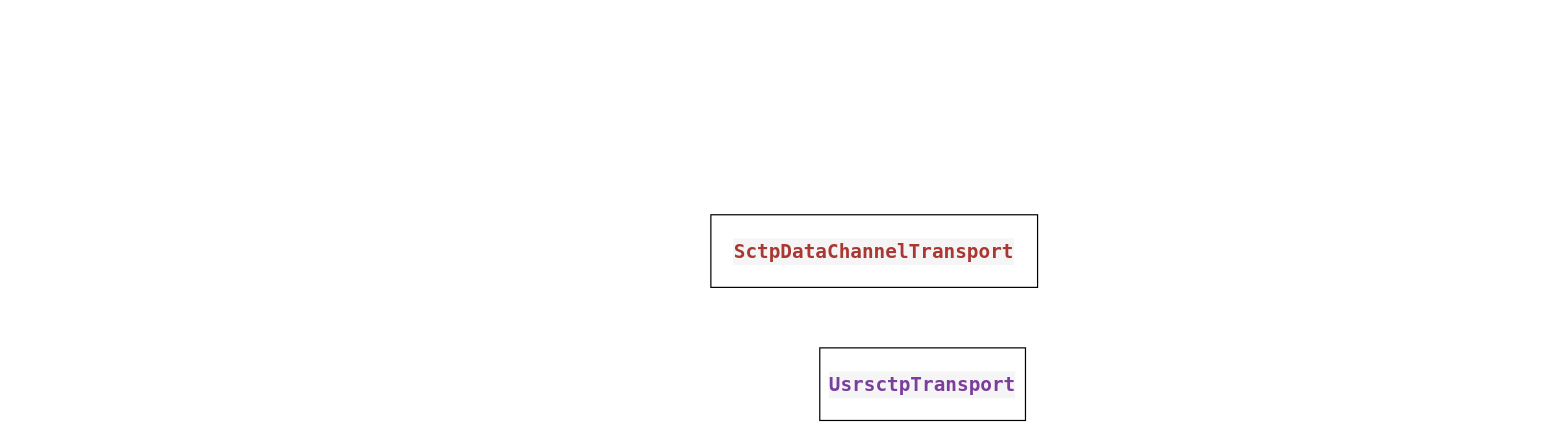
shcalm/repo_drawio keeps this draw.io diagram as page "datachannel" (5 of 7) of congestion.drawio. Above is the earlier version. Source tidied: cells renumbered, new cells numbered last; positions are measured from the earlier drawing's top-left corner, leaving out a move shared by most shapes. Both pictures are drawn from the tidied source at 121%, with x=0, y=0 at pixel (710, 214).
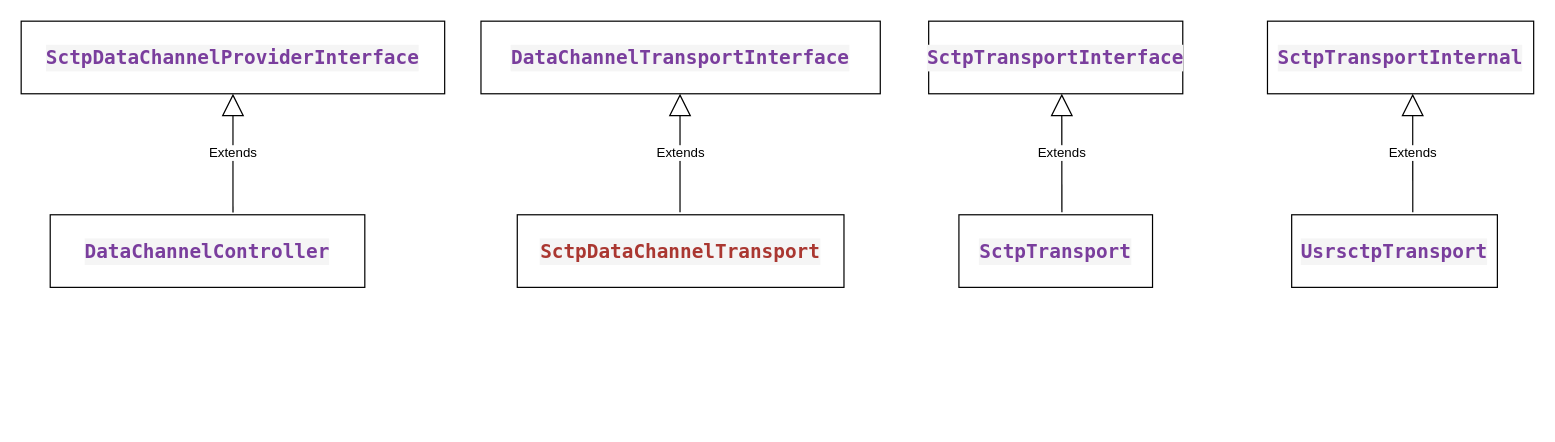
The same diagram, later.

Diff of the diagram source:
```diff
@@
 <mxGraphModel>
   <root>
     <mxCell id="0" />
     <mxCell id="1" parent="0" />
     <mxCell id="2" value="&lt;div style=&quot;color: rgb(51, 51, 51); background-color: rgb(245, 245, 245); font-family: &amp;quot;Droid Sans Mono&amp;quot;, &amp;quot;monospace&amp;quot;, monospace; font-weight: normal; font-size: 16px; line-height: 22px;&quot;&gt;&lt;div&gt;&lt;span style=&quot;color: #aa3731;font-weight: bold;&quot;&gt;SctpDataChannelTransport&lt;/span&gt;&lt;/div&gt;&lt;/div&gt;" style="rounded=0;whiteSpace=wrap;html=1;" parent="1" vertex="1">
-      <mxGeometry width="270" height="60" as="geometry" />
+      <mxGeometry x="-160" width="270" height="60" as="geometry" />
     </mxCell>
     <mxCell id="3" value="&lt;div style=&quot;color: rgb(51, 51, 51); background-color: rgb(245, 245, 245); font-family: &amp;quot;Droid Sans Mono&amp;quot;, &amp;quot;monospace&amp;quot;, monospace; font-weight: normal; font-size: 16px; line-height: 22px;&quot;&gt;&lt;div&gt;&lt;span style=&quot;color: #7a3e9d;font-weight: bold;&quot;&gt;UsrsctpTransport&lt;/span&gt;&lt;/div&gt;&lt;/div&gt;" style="rounded=0;whiteSpace=wrap;html=1;" parent="1" vertex="1">
-      <mxGeometry x="90" y="110" width="170" height="60" as="geometry" />
+      <mxGeometry x="480" width="170" height="60" as="geometry" />
     </mxCell>
+    <mxCell id="4" value="&lt;div style=&quot;color: rgb(51, 51, 51); background-color: rgb(245, 245, 245); font-family: &amp;quot;Droid Sans Mono&amp;quot;, &amp;quot;monospace&amp;quot;, monospace; font-weight: normal; font-size: 16px; line-height: 22px;&quot;&gt;&lt;div&gt;&lt;span style=&quot;color: #7a3e9d;font-weight: bold;&quot;&gt;DataChannelController&lt;/span&gt;&lt;/div&gt;&lt;/div&gt;" style="rounded=0;whiteSpace=wrap;html=1;" parent="1" vertex="1">
+      <mxGeometry x="-546" width="260" height="60" as="geometry" />
+    </mxCell>
+    <mxCell id="5" value="Extends" style="endArrow=block;endSize=16;endFill=0;html=1;rounded=0;exitX=0.581;exitY=-0.033;exitDx=0;exitDy=0;exitPerimeter=0;" parent="1" edge="1" source="4" target="6">
+      <mxGeometry relative="1" as="geometry" />
+    </mxCell>
+    <mxCell id="6" value="&lt;div style=&quot;color: rgb(51, 51, 51); background-color: rgb(245, 245, 245); font-family: &amp;quot;Droid Sans Mono&amp;quot;, &amp;quot;monospace&amp;quot;, monospace; font-weight: normal; font-size: 16px; line-height: 22px;&quot;&gt;&lt;div&gt;&lt;span style=&quot;color: #7a3e9d;font-weight: bold;&quot;&gt;SctpDataChannelProviderInterface&lt;/span&gt;&lt;/div&gt;&lt;/div&gt;" style="rounded=0;whiteSpace=wrap;html=1;" parent="1" vertex="1">
+      <mxGeometry x="-570" y="-160" width="350" height="60" as="geometry" />
+    </mxCell>
+    <mxCell id="7" value="&lt;div style=&quot;color: rgb(51, 51, 51); background-color: rgb(245, 245, 245); font-family: &amp;quot;Droid Sans Mono&amp;quot;, &amp;quot;monospace&amp;quot;, monospace; font-weight: normal; font-size: 16px; line-height: 22px;&quot;&gt;&lt;div&gt;&lt;span style=&quot;color: #7a3e9d;font-weight: bold;&quot;&gt;DataChannelTransportInterface&lt;/span&gt;&lt;/div&gt;&lt;/div&gt;" style="rounded=0;whiteSpace=wrap;html=1;" parent="1" vertex="1">
+      <mxGeometry x="-190" y="-160" width="330" height="60" as="geometry" />
+    </mxCell>
+    <mxCell id="8" value="Extends" style="endArrow=block;endSize=16;endFill=0;html=1;rounded=0;exitX=0.581;exitY=-0.033;exitDx=0;exitDy=0;exitPerimeter=0;" parent="1" edge="1">
+      <mxGeometry relative="1" as="geometry">
+        <mxPoint x="-25.5" y="-2" as="sourcePoint" />
+        <mxPoint x="-25.5" y="-100" as="targetPoint" />
+      </mxGeometry>
+    </mxCell>
+    <mxCell id="9" value="&lt;div style=&quot;color: rgb(51, 51, 51); background-color: rgb(245, 245, 245); font-family: &amp;quot;Droid Sans Mono&amp;quot;, &amp;quot;monospace&amp;quot;, monospace; font-weight: normal; font-size: 16px; line-height: 22px;&quot;&gt;&lt;div&gt;&lt;span style=&quot;color: #7a3e9d;font-weight: bold;&quot;&gt;SctpTransport&lt;/span&gt;&lt;/div&gt;&lt;/div&gt;" style="rounded=0;whiteSpace=wrap;html=1;" parent="1" vertex="1">
+      <mxGeometry x="205" width="160" height="60" as="geometry" />
+    </mxCell>
+    <mxCell id="10" value="&lt;div style=&quot;color: rgb(51, 51, 51); background-color: rgb(245, 245, 245); font-family: &amp;quot;Droid Sans Mono&amp;quot;, &amp;quot;monospace&amp;quot;, monospace; font-weight: normal; font-size: 16px; line-height: 22px;&quot;&gt;&lt;div&gt;&lt;span style=&quot;color: #7a3e9d;font-weight: bold;&quot;&gt;SctpTransportInterface&lt;/span&gt;&lt;/div&gt;&lt;/div&gt;" style="rounded=0;whiteSpace=wrap;html=1;" parent="1" vertex="1">
+      <mxGeometry x="180" y="-160" width="210" height="60" as="geometry" />
+    </mxCell>
+    <mxCell id="11" value="Extends" style="endArrow=block;endSize=16;endFill=0;html=1;rounded=0;exitX=0.581;exitY=-0.033;exitDx=0;exitDy=0;exitPerimeter=0;" parent="1" edge="1">
+      <mxGeometry relative="1" as="geometry">
+        <mxPoint x="290.1" y="-2" as="sourcePoint" />
+        <mxPoint x="290" y="-100" as="targetPoint" />
+      </mxGeometry>
+    </mxCell>
+    <mxCell id="12" value="&lt;div style=&quot;color: rgb(51, 51, 51); background-color: rgb(245, 245, 245); font-family: &amp;quot;Droid Sans Mono&amp;quot;, &amp;quot;monospace&amp;quot;, monospace; font-weight: normal; font-size: 16px; line-height: 22px;&quot;&gt;&lt;div&gt;&lt;span style=&quot;color: #7a3e9d;font-weight: bold;&quot;&gt;SctpTransportInternal&lt;/span&gt;&lt;/div&gt;&lt;/div&gt;" style="rounded=0;whiteSpace=wrap;html=1;" parent="1" vertex="1">
+      <mxGeometry x="460" y="-160" width="220" height="60" as="geometry" />
+    </mxCell>
+    <mxCell id="13" value="Extends" style="endArrow=block;endSize=16;endFill=0;html=1;rounded=0;exitX=0.581;exitY=-0.033;exitDx=0;exitDy=0;exitPerimeter=0;" parent="1" edge="1">
+      <mxGeometry relative="1" as="geometry">
+        <mxPoint x="580.1" y="-2" as="sourcePoint" />
+        <mxPoint x="580" y="-100" as="targetPoint" />
+      </mxGeometry>
+    </mxCell>
   </root>
 </mxGraphModel>
```
